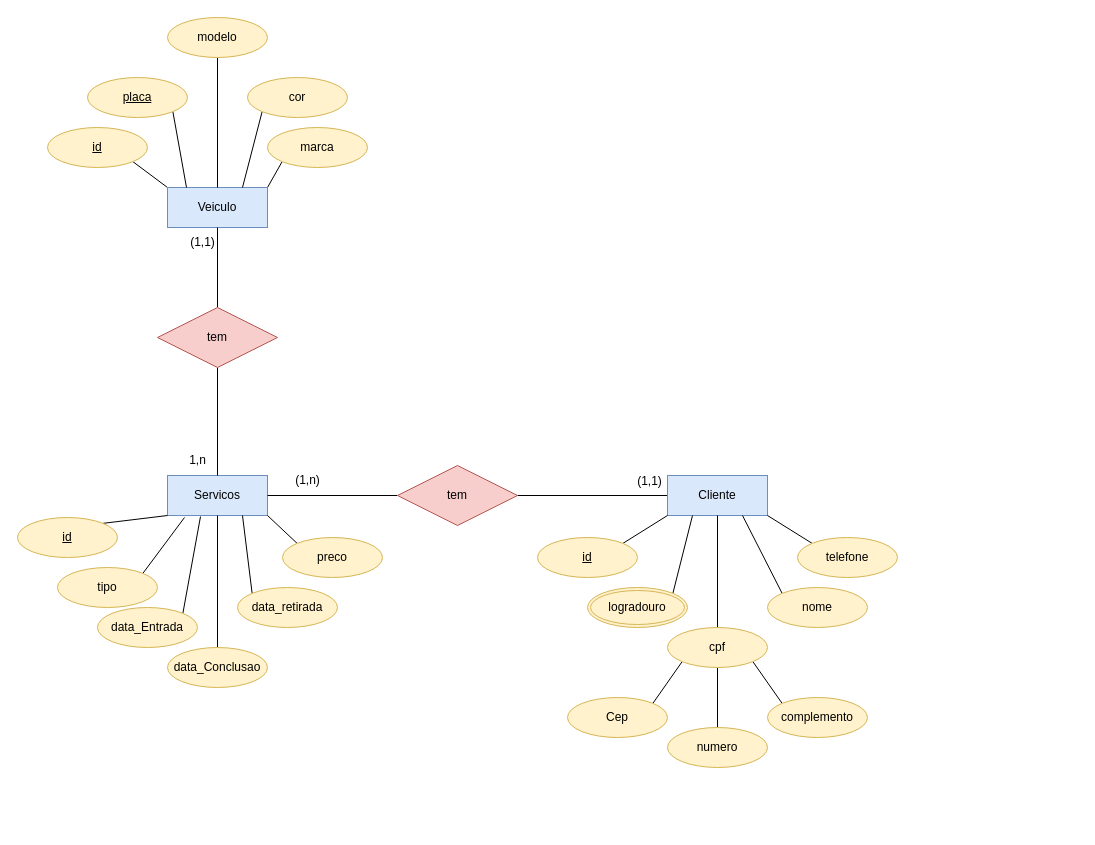
The draw.io diagram Docs/LavarapidoMer.drawio in Veralp/Tcc, before the edit. Source tidied: cells renumbered, new cells numbered last; positions are measured from the earlier drawing's top-left corner, leaving out a move shared by most shapes. Both pictures are drawn from the tidied source at 100%, with x=0, y=0 at pixel (17, 17).
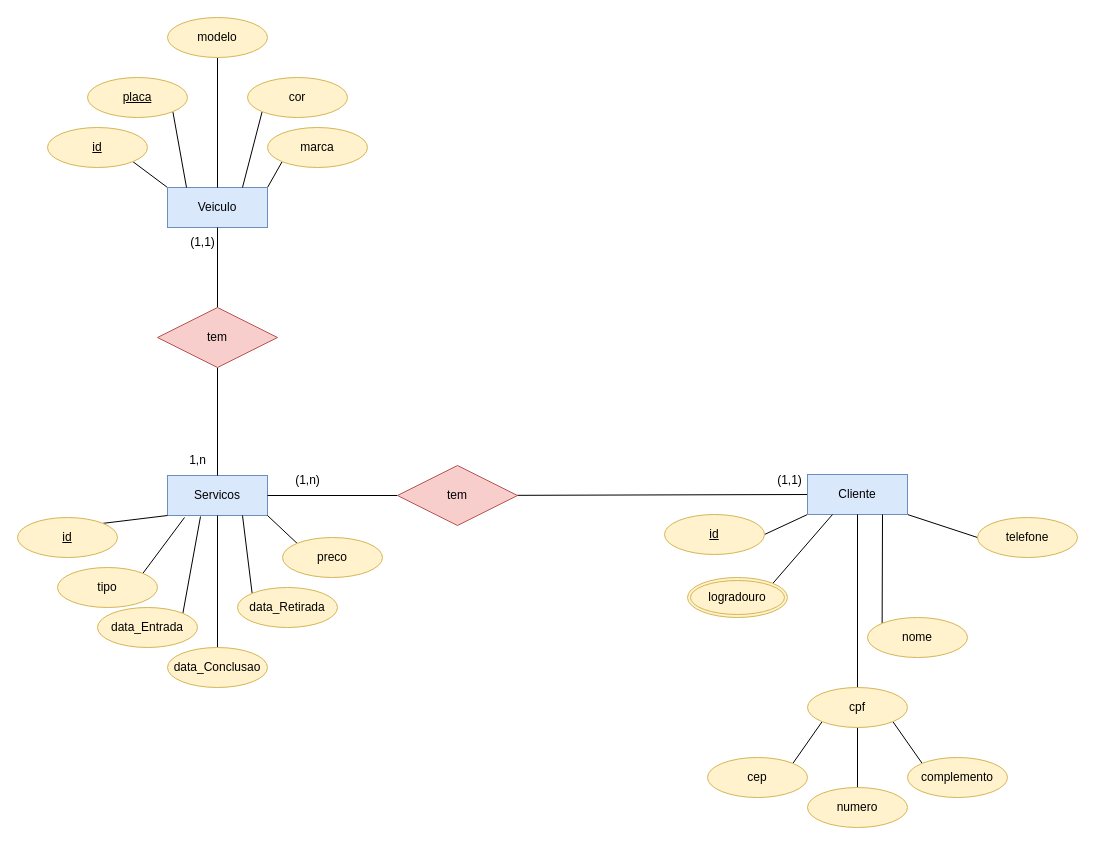
Above is the later version.

Diff of the diagram source:
```diff
@@
+    <mxCell id="53" style="rounded=0;jettySize=auto;html=1;exitX=1;exitY=1;exitDx=0;exitDy=0;entryX=0;entryY=0.5;entryDx=0;entryDy=0;strokeColor=none;endArrow=none;endFill=0;" parent="1" edge="1" source="6" target="22">
+      <mxGeometry relative="1" as="geometry" />
+    </mxCell>
+    <mxCell id="54" style="rounded=0;jettySize=auto;html=1;exitX=1;exitY=1;exitDx=0;exitDy=0;entryX=0;entryY=0.5;entryDx=0;entryDy=0;endArrow=none;endFill=0;" parent="1" edge="1" source="6" target="22">
+      <mxGeometry relative="1" as="geometry" />
+    </mxCell>
+    <mxCell id="55" style="rounded=0;jettySize=auto;html=1;exitX=0;exitY=1;exitDx=0;exitDy=0;entryX=1;entryY=0.5;entryDx=0;entryDy=0;endArrow=none;endFill=0;" parent="1" edge="1" source="6" target="8">
+      <mxGeometry relative="1" as="geometry" />
+    </mxCell>
     <mxCell id="6" value="Cliente" style="whiteSpace=wrap;html=1;align=center;fillColor=#dae8fc;strokeColor=#6c8ebf;" parent="1" vertex="1">
-      <mxGeometry x="650" y="458" width="100" height="40" as="geometry" />
+      <mxGeometry x="790" y="457" width="100" height="40" as="geometry" />
     </mxCell>
-    <mxCell id="7" style="rounded=0;jettySize=auto;html=1;exitX=1;exitY=0;exitDx=0;exitDy=0;entryX=0;entryY=1;entryDx=0;entryDy=0;endArrow=none;endFill=0;" parent="1" edge="1" target="6">
-      <mxGeometry relative="1" as="geometry">
-        <mxPoint x="605.4" y="525.9" as="sourcePoint" />
-      </mxGeometry>
-    </mxCell>
     <mxCell id="8" value="id" style="ellipse;whiteSpace=wrap;html=1;align=center;fontStyle=4;fillColor=#fff2cc;strokeColor=#d6b656;" parent="1" vertex="1">
-      <mxGeometry x="520" y="520" width="100" height="40" as="geometry" />
+      <mxGeometry x="647" y="497" width="100" height="40" as="geometry" />
     </mxCell>
@@
     <mxCell id="10" value="logradouro" style="ellipse;shape=doubleEllipse;margin=3;whiteSpace=wrap;html=1;align=center;fillColor=#fff2cc;strokeColor=#d6b656;" parent="1" vertex="1">
-      <mxGeometry x="570" y="570" width="100" height="40" as="geometry" />
+      <mxGeometry x="670" y="560" width="100" height="40" as="geometry" />
     </mxCell>
@@
-    <mxCell id="12" value="Cep" style="ellipse;whiteSpace=wrap;html=1;align=center;fillColor=#fff2cc;strokeColor=#d6b656;" parent="1" vertex="1">
-      <mxGeometry x="550" y="680" width="100" height="40" as="geometry" />
+    <mxCell id="12" value="cep" style="ellipse;whiteSpace=wrap;html=1;align=center;fillColor=#fff2cc;strokeColor=#d6b656;" parent="1" vertex="1">
+      <mxGeometry x="690" y="740" width="100" height="40" as="geometry" />
     </mxCell>
@@
     <mxCell id="14" value="numero" style="ellipse;whiteSpace=wrap;html=1;align=center;fillColor=#fff2cc;strokeColor=#d6b656;" parent="1" vertex="1">
-      <mxGeometry x="650" y="710" width="100" height="40" as="geometry" />
+      <mxGeometry x="790" y="770" width="100" height="40" as="geometry" />
     </mxCell>
@@
     <mxCell id="16" value="complemento" style="ellipse;whiteSpace=wrap;html=1;align=center;fillColor=#fff2cc;strokeColor=#d6b656;" parent="1" vertex="1">
-      <mxGeometry x="750" y="680" width="100" height="40" as="geometry" />
+      <mxGeometry x="890" y="740" width="100" height="40" as="geometry" />
     </mxCell>
@@
     <mxCell id="18" value="cpf" style="ellipse;whiteSpace=wrap;html=1;align=center;fillColor=#fff2cc;strokeColor=#d6b656;" parent="1" vertex="1">
-      <mxGeometry x="650" y="610" width="100" height="40" as="geometry" />
+      <mxGeometry x="790" y="670" width="100" height="40" as="geometry" />
     </mxCell>
@@
     <mxCell id="20" value="nome" style="ellipse;whiteSpace=wrap;html=1;align=center;fillColor=#fff2cc;strokeColor=#d6b656;" parent="1" vertex="1">
-      <mxGeometry x="750" y="570" width="100" height="40" as="geometry" />
+      <mxGeometry x="850" y="600" width="100" height="40" as="geometry" />
     </mxCell>
-    <mxCell id="21" style="rounded=0;jettySize=auto;html=1;exitX=0;exitY=0;exitDx=0;exitDy=0;entryX=1;entryY=1;entryDx=0;entryDy=0;endArrow=none;endFill=0;" parent="1" edge="1" source="22" target="6">
-      <mxGeometry relative="1" as="geometry" />
-    </mxCell>
     <mxCell id="22" value="telefone" style="ellipse;whiteSpace=wrap;html=1;align=center;fillColor=#fff2cc;strokeColor=#d6b656;" parent="1" vertex="1">
-      <mxGeometry x="780" y="520" width="100" height="40" as="geometry" />
+      <mxGeometry x="960" y="500" width="100" height="40" as="geometry" />
     </mxCell>
@@
     <mxCell id="25" value="(1,1)" style="text;html=1;align=center;verticalAlign=middle;strokeColor=none;fillColor=none;" parent="1" vertex="1">
-      <mxGeometry x="607" y="449" width="50" height="30" as="geometry" />
+      <mxGeometry x="747" y="448" width="50" height="30" as="geometry" />
     </mxCell>
@@
-    <mxCell id="34" value="data_retirada" style="ellipse;whiteSpace=wrap;html=1;align=center;fillColor=#fff2cc;strokeColor=#d6b656;" parent="1" vertex="1">
+    <mxCell id="34" value="data_Retirada" style="ellipse;whiteSpace=wrap;html=1;align=center;fillColor=#fff2cc;strokeColor=#d6b656;" parent="1" vertex="1">
       <mxGeometry x="220" y="570" width="100" height="40" as="geometry" />
     </mxCell>
```
